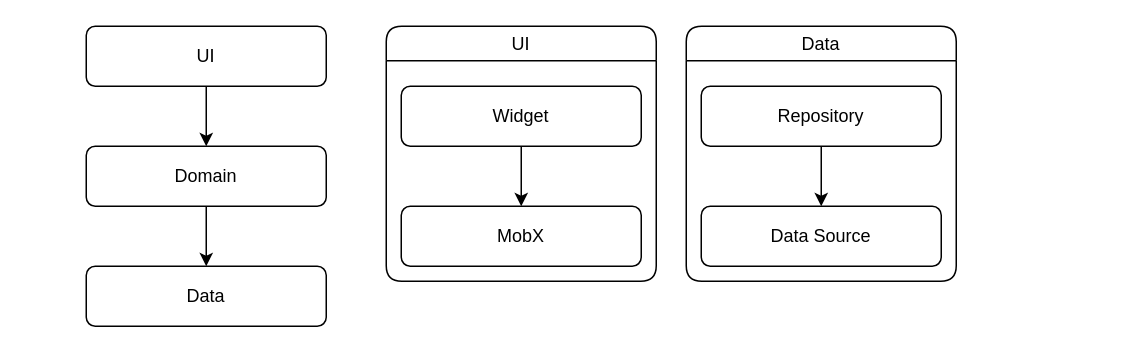
This is thesis.drawio from ShiryaevNikolay/diagrams, a draw.io file, before an edit. Source tidied: cells renumbered, new cells numbered last; positions are measured from the earlier drawing's top-left corner, leaving out a move shared by most shapes. Both pictures are drawn from the tidied source at 150%, with x=0, y=0 at pixel (86, 26).
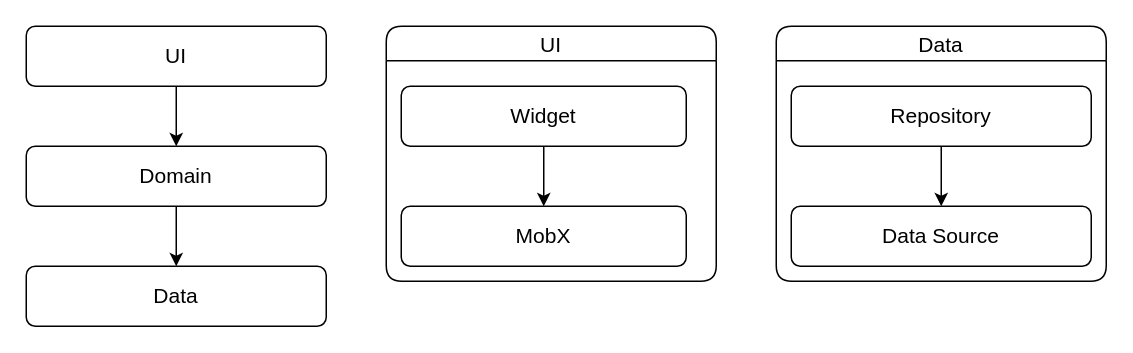
After the change.

Diff of the diagram source:
```diff
@@
 <mxGraphModel>
   <root>
     <mxCell id="0" />
     <mxCell id="1" parent="0" />
-    <mxCell id="2" value="UI" style="swimlane;rounded=1;fontStyle=0;" parent="1" vertex="1">
-      <mxGeometry x="200" width="180" height="170" as="geometry" />
+    <mxCell id="2" value="UI" style="swimlane;rounded=1;fontStyle=0;fontSize=14;" parent="1" vertex="1">
+      <mxGeometry x="200" width="220" height="170" as="geometry" />
     </mxCell>
-    <mxCell id="3" value="MobX" style="rounded=1;whiteSpace=wrap;html=1;" parent="2" vertex="1">
-      <mxGeometry x="10" y="120" width="160" height="40" as="geometry" />
+    <mxCell id="3" value="&lt;font style=&quot;font-size: 14px&quot;&gt;MobX&lt;/font&gt;" style="rounded=1;whiteSpace=wrap;html=1;" parent="2" vertex="1">
+      <mxGeometry x="10" y="120" width="190" height="40" as="geometry" />
     </mxCell>
-    <mxCell id="4" value="Widget" style="rounded=1;whiteSpace=wrap;html=1;" parent="2" vertex="1">
-      <mxGeometry x="10" y="40" width="160" height="40" as="geometry" />
+    <mxCell id="4" value="&lt;font style=&quot;font-size: 14px&quot;&gt;Widget&lt;/font&gt;" style="rounded=1;whiteSpace=wrap;html=1;" parent="2" vertex="1">
+      <mxGeometry x="10" y="40" width="190" height="40" as="geometry" />
     </mxCell>
     <mxCell id="5" style="edgeStyle=orthogonalEdgeStyle;rounded=1;jettySize=auto;html=1;" parent="2" edge="1" source="4" target="3">
       <mxGeometry relative="1" as="geometry" />
     </mxCell>
     <mxCell id="6" style="group;" parent="1" vertex="1">
-      <mxGeometry width="160" height="200" as="geometry" />
+      <mxGeometry x="-40" width="200" height="200" as="geometry" />
     </mxCell>
-    <mxCell id="7" value="UI" style="rounded=1;whiteSpace=wrap;html=1;" parent="6" vertex="1">
-      <mxGeometry width="160" height="40" as="geometry" />
+    <mxCell id="7" value="&lt;font style=&quot;font-size: 14px&quot;&gt;UI&lt;/font&gt;" style="rounded=1;whiteSpace=wrap;html=1;" parent="6" vertex="1">
+      <mxGeometry width="200" height="40" as="geometry" />
     </mxCell>
-    <mxCell id="8" value="Domain" style="rounded=1;whiteSpace=wrap;html=1;" parent="6" vertex="1">
-      <mxGeometry y="80" width="160" height="40" as="geometry" />
+    <mxCell id="8" value="&lt;font style=&quot;font-size: 14px&quot;&gt;Domain&lt;/font&gt;" style="rounded=1;whiteSpace=wrap;html=1;" parent="6" vertex="1">
+      <mxGeometry y="80" width="200" height="40" as="geometry" />
     </mxCell>
     <mxCell id="9" style="edgeStyle=orthogonalEdgeStyle;rounded=1;jettySize=auto;html=1;" parent="6" edge="1" source="7" target="8">
       <mxGeometry relative="1" as="geometry" />
     </mxCell>
-    <mxCell id="10" value="Data" style="rounded=1;whiteSpace=wrap;html=1;" parent="6" vertex="1">
-      <mxGeometry y="160" width="160" height="40" as="geometry" />
+    <mxCell id="10" value="&lt;font style=&quot;font-size: 14px&quot;&gt;Data&lt;/font&gt;" style="rounded=1;whiteSpace=wrap;html=1;" parent="6" vertex="1">
+      <mxGeometry y="160" width="200" height="40" as="geometry" />
     </mxCell>
     <mxCell id="11" style="edgeStyle=orthogonalEdgeStyle;rounded=1;jettySize=auto;html=1;" parent="6" edge="1" source="8" target="10">
       <mxGeometry relative="1" as="geometry" />
     </mxCell>
-    <mxCell id="12" value="Data" style="swimlane;rounded=1;fontStyle=0;" parent="1" vertex="1">
-      <mxGeometry x="400" width="180" height="170" as="geometry" />
+    <mxCell id="12" value="Data" style="swimlane;rounded=1;fontStyle=0;fontSize=14;" parent="1" vertex="1">
+      <mxGeometry x="460" width="220" height="170" as="geometry" />
     </mxCell>
-    <mxCell id="13" value="Data Source" style="rounded=1;whiteSpace=wrap;html=1;" parent="12" vertex="1">
-      <mxGeometry x="10" y="120" width="160" height="40" as="geometry" />
+    <mxCell id="13" value="&lt;font style=&quot;font-size: 14px&quot;&gt;Data Source&lt;/font&gt;" style="rounded=1;whiteSpace=wrap;html=1;" parent="12" vertex="1">
+      <mxGeometry x="10" y="120" width="200" height="40" as="geometry" />
     </mxCell>
-    <mxCell id="14" value="Repository" style="rounded=1;whiteSpace=wrap;html=1;" parent="12" vertex="1">
-      <mxGeometry x="10" y="40" width="160" height="40" as="geometry" />
+    <mxCell id="14" value="&lt;font style=&quot;font-size: 14px&quot;&gt;Repository&lt;/font&gt;" style="rounded=1;whiteSpace=wrap;html=1;" parent="12" vertex="1">
+      <mxGeometry x="10" y="40" width="200" height="40" as="geometry" />
     </mxCell>
     <mxCell id="15" style="edgeStyle=orthogonalEdgeStyle;rounded=1;jettySize=auto;html=1;" parent="12" edge="1" source="14" target="13">
       <mxGeometry relative="1" as="geometry" />
     </mxCell>
   </root>
 </mxGraphModel>
```
